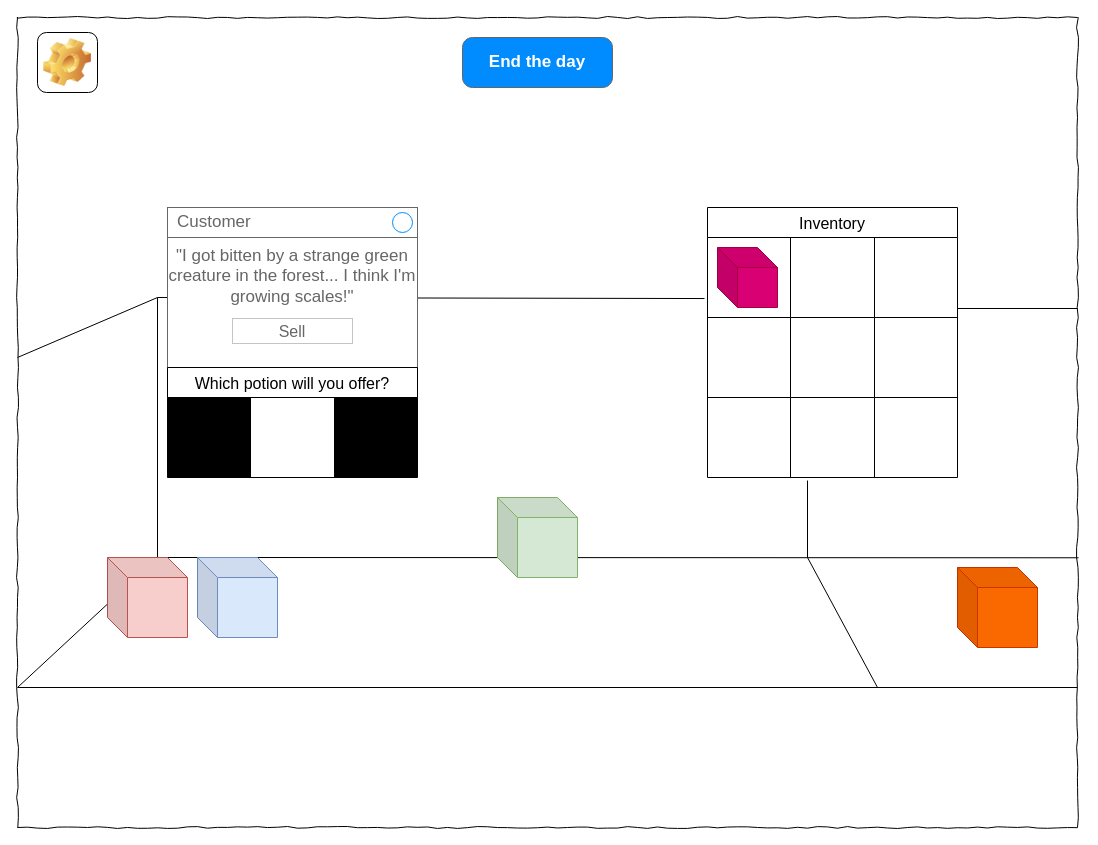
The draw.io diagram Diagrams/Villager.drawio in ZoraJayKay/User-Interface-Programming-Assessment-2, before the edit. Source tidied: cells renumbered, new cells numbered last; positions are measured from the earlier drawing's top-left corner, leaving out a move shared by most shapes. Both pictures are drawn from the tidied source at 100%, with x=0, y=0 at pixel (17, 17).
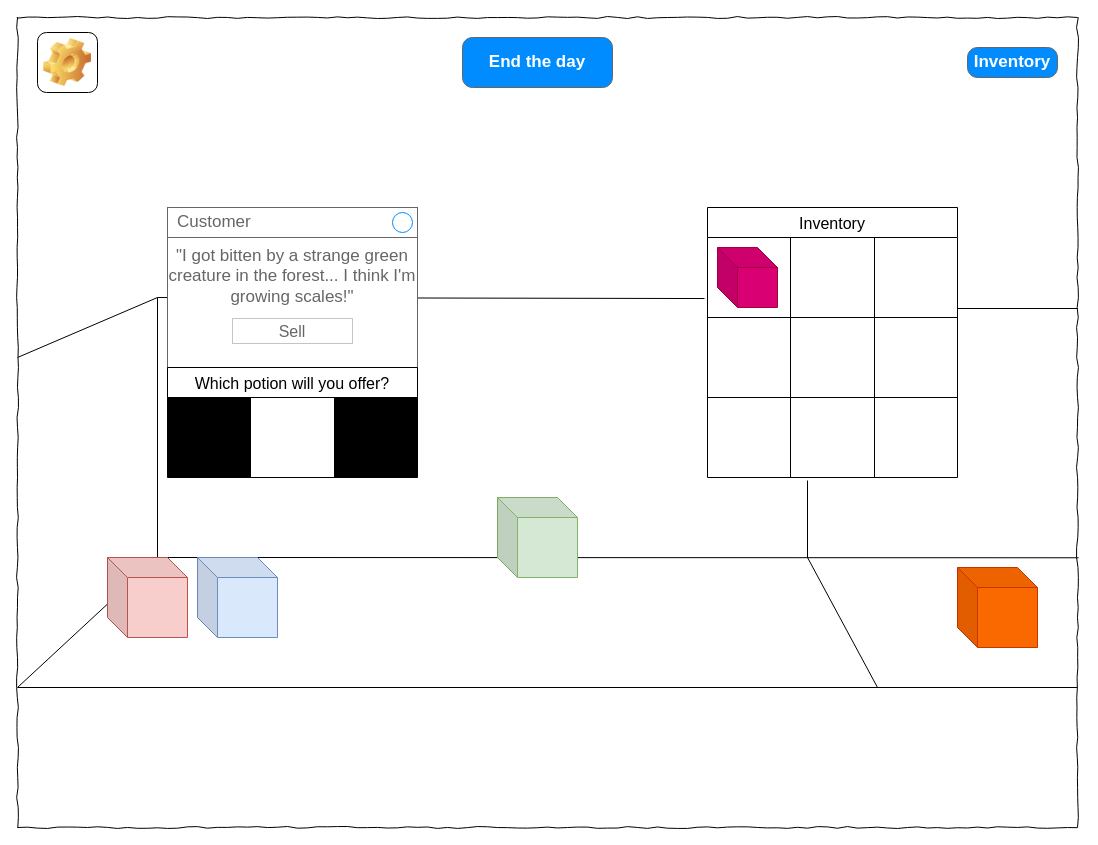
Above is the later version.

Diff of the diagram source:
```diff
@@
+    <mxCell id="41" value="Inventory" style="strokeWidth=1;shadow=0;dashed=0;align=center;html=1;shape=mxgraph.mockup.buttons.button;strokeColor=#666666;fontColor=#ffffff;mainText=;buttonStyle=round;fontSize=17;fontStyle=1;fillColor=#008cff;whiteSpace=wrap;" parent="1" vertex="1">
+      <mxGeometry x="950" y="30" width="90" height="30" as="geometry" />
+    </mxCell>
```
